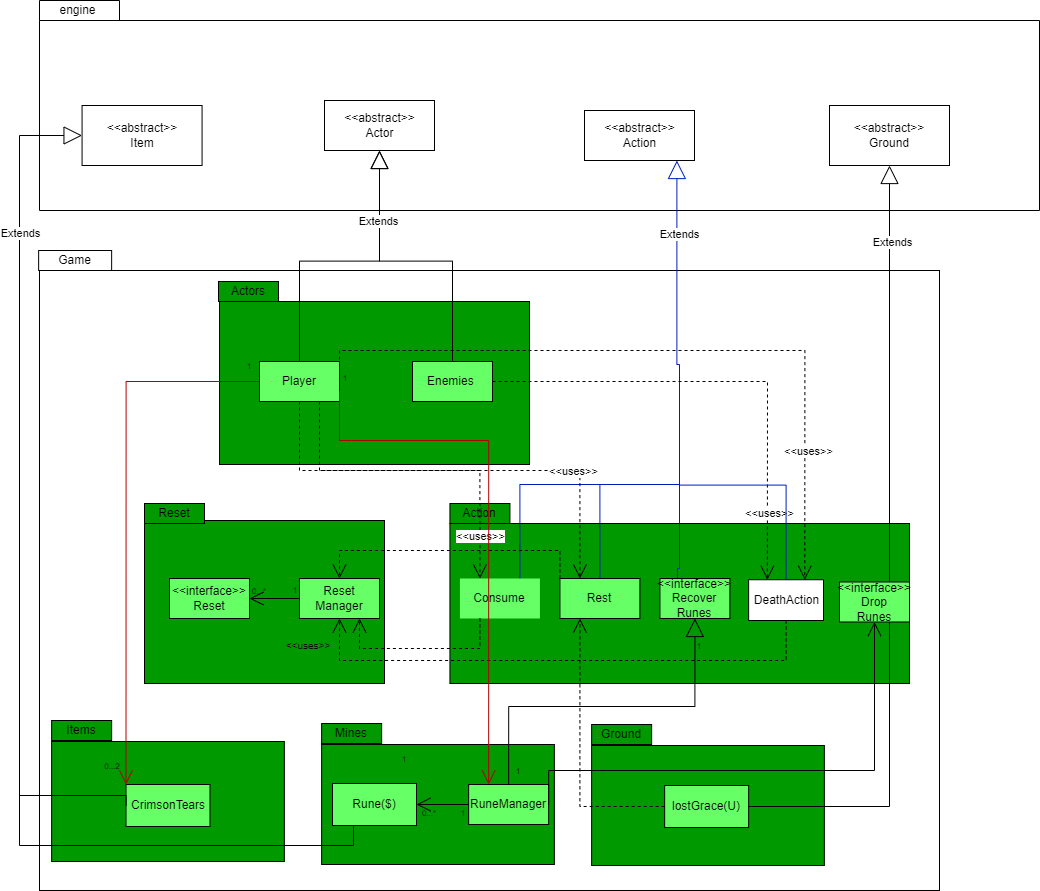
Before: docs/Req3_FIT2099_A1_GROUP6.png, a diagram exported from draw.io (iliyxna/FIT2099-Elden-Ring). Source tidied: cells renumbered, new cells last; positions are measured from the earlier drawing's top-left corner, leaving out a move shared by most shapes.
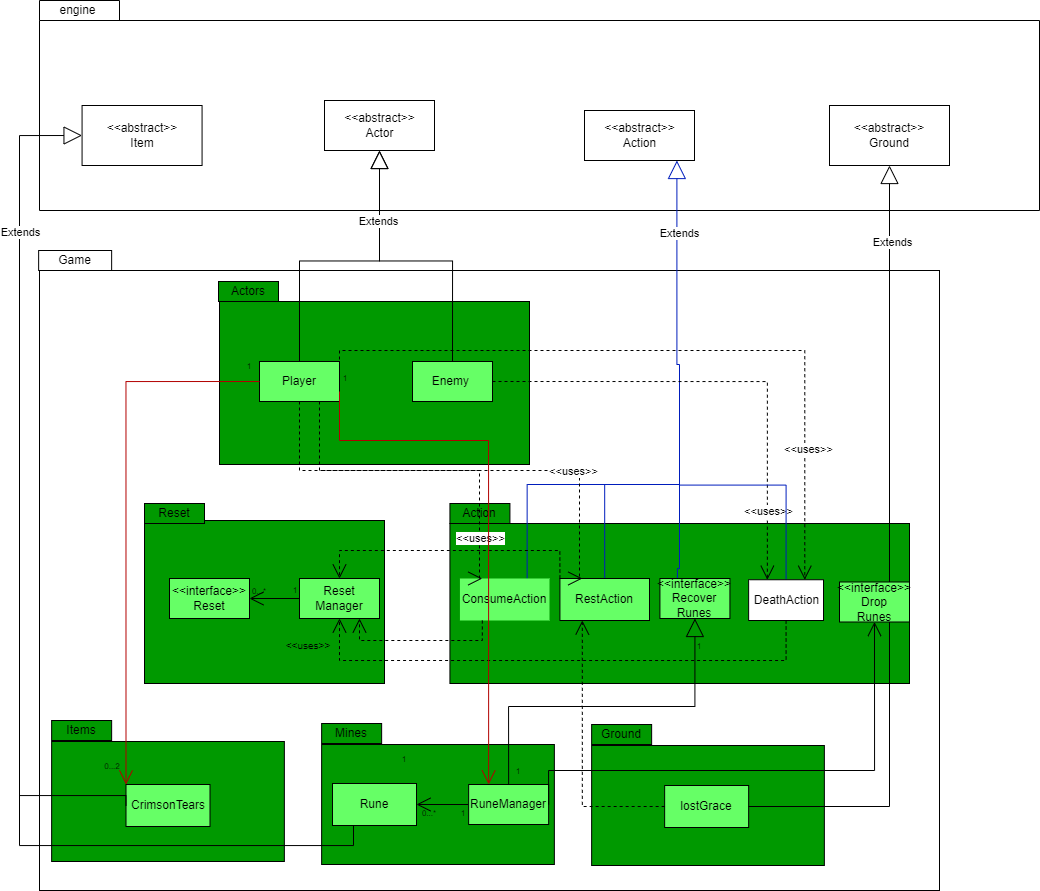
Above is the later version.

Commit message:
Updated version of Req 3 for FIT2099 Assignment 1 has been completed and uploaded by Muhammad Mustafa Khan. Crimson Tears, Lost Grace and Game reset are a few functions dealt with in this requirement.

The edit, as a diff of the source:
```diff
@@ -55,7 +55,7 @@
         <mxPoint y="780" as="targetPoint" />
       </mxGeometry>
     </mxCell>
-    <mxCell id="19" value="Rune($)" style="rounded=0;whiteSpace=wrap;html=1;fillColor=#66FF66;" parent="1" vertex="1">
+    <mxCell id="19" value="Rune" style="rounded=0;whiteSpace=wrap;html=1;fillColor=#66FF66;" parent="1" vertex="1">
       <mxGeometry x="313" y="783" width="84" height="42" as="geometry" />
     </mxCell>
     <mxCell id="20" value="Ground" style="rounded=0;whiteSpace=wrap;html=1;fillColor=#009900;" parent="1" vertex="1">
@@ -64,7 +64,7 @@
     <mxCell id="21" style="rounded=0;whiteSpace=wrap;html=1;fillColor=#009900;" parent="1" vertex="1">
       <mxGeometry x="572.1" y="745" width="232.7" height="120" as="geometry" />
     </mxCell>
-    <mxCell id="22" value="lostGrace(U)" style="rounded=0;whiteSpace=wrap;html=1;fillColor=#66FF66;" parent="1" vertex="1">
+    <mxCell id="22" value="lostGrace" style="rounded=0;whiteSpace=wrap;html=1;fillColor=#66FF66;" parent="1" vertex="1">
       <mxGeometry x="645.1" y="785" width="84" height="42" as="geometry" />
     </mxCell>
     <mxCell id="23" style="edgeStyle=orthogonalEdgeStyle;rounded=0;jettySize=auto;html=1;exitX=0;exitY=0.5;exitDx=0;exitDy=0;entryX=1;entryY=0.5;entryDx=0;entryDy=0;endSize=12;endArrow=open;endFill=0;" parent="1" edge="1" source="24" target="19">
@@ -87,16 +87,16 @@
         <mxPoint x="660" y="390" as="targetPoint" />
       </mxGeometry>
     </mxCell>
-    <mxCell id="29" value="Consume" style="rounded=0;whiteSpace=wrap;html=1;strokeColor=none;fillColor=#66FF66;" parent="1" vertex="1">
-      <mxGeometry x="440.4" y="578" width="80" height="40" as="geometry" />
+    <mxCell id="29" value="ConsumeAction" style="rounded=0;whiteSpace=wrap;html=1;strokeColor=none;fillColor=#66FF66;" parent="1" vertex="1">
+      <mxGeometry x="440.4" y="578" width="89.6" height="42" as="geometry" />
     </mxCell>
     <mxCell id="30" style="edgeStyle=orthogonalEdgeStyle;rounded=0;jettySize=auto;html=1;exitX=0.5;exitY=0;exitDx=0;exitDy=0;endArrow=none;endFill=0;fillColor=#0050ef;strokeColor=#001DBC;" parent="1" edge="1" source="31">
       <mxGeometry relative="1" as="geometry">
         <mxPoint x="660" y="390" as="targetPoint" />
       </mxGeometry>
     </mxCell>
-    <mxCell id="31" value="Rest" style="rounded=0;whiteSpace=wrap;html=1;fillColor=#66FF66;" parent="1" vertex="1">
-      <mxGeometry x="540.4" y="578" width="80" height="40" as="geometry" />
+    <mxCell id="31" value="RestAction" style="rounded=0;whiteSpace=wrap;html=1;fillColor=#66FF66;" parent="1" vertex="1">
+      <mxGeometry x="540.4" y="578" width="89.6" height="42" as="geometry" />
     </mxCell>
     <mxCell id="32" style="edgeStyle=orthogonalEdgeStyle;rounded=0;jettySize=auto;html=1;exitX=0.25;exitY=0;exitDx=0;exitDy=0;entryX=0.84;entryY=1;entryDx=0;entryDy=0;entryPerimeter=0;endSize=16;endArrow=block;endFill=0;fillColor=#0050ef;strokeColor=#001DBC;" parent="1" edge="1" source="34" target="6">
       <mxGeometry relative="1" as="geometry">
@@ -182,7 +182,7 @@
     <mxCell id="55" value="&amp;lt;&amp;lt;uses&amp;gt;&amp;gt;" style="edgeLabel;html=1;align=center;verticalAlign=middle;" parent="54" vertex="1">
       <mxGeometry x="0.71" y="1" relative="1" as="geometry" />
     </mxCell>
-    <mxCell id="56" value="Enemies&amp;nbsp;" style="rounded=0;whiteSpace=wrap;html=1;fillColor=#66FF66;" parent="1" vertex="1">
+    <mxCell id="56" value="Enemy&amp;nbsp;" style="rounded=0;whiteSpace=wrap;html=1;fillColor=#66FF66;" parent="1" vertex="1">
       <mxGeometry x="393" y="361" width="80" height="40" as="geometry" />
     </mxCell>
     <mxCell id="57" style="edgeStyle=orthogonalEdgeStyle;rounded=0;jettySize=auto;html=1;exitX=0;exitY=0.5;exitDx=0;exitDy=0;entryX=0.25;entryY=1;entryDx=0;entryDy=0;endArrow=open;endFill=0;dashed=1;endSize=12;" parent="1" edge="1" source="22" target="31">
```
